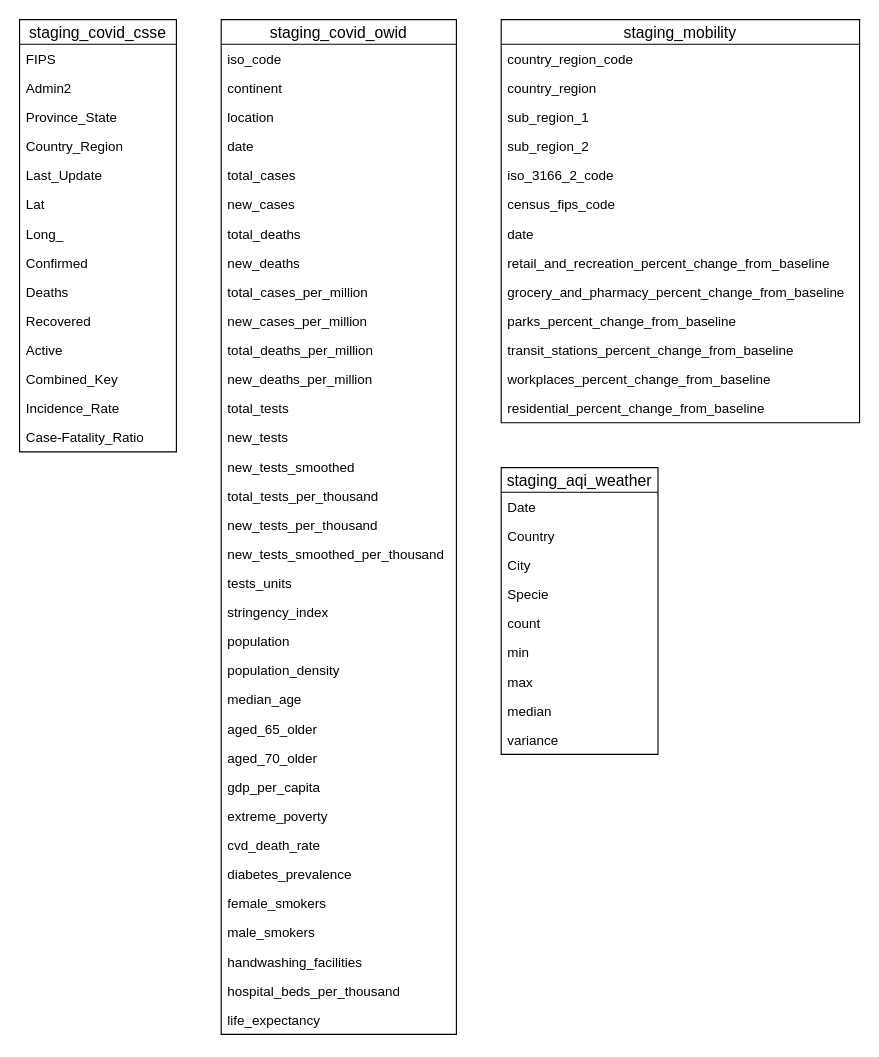
Before: data_sources.drawio in p-friedl/dataeng-capstone, a draw.io diagram. Source tidied: cells renumbered, new cells numbered last; positions are measured from the earlier drawing's top-left corner, leaving out a move shared by most shapes. Both pictures are drawn from the tidied source at 112%, with x=0, y=0 at pixel (19, 19).
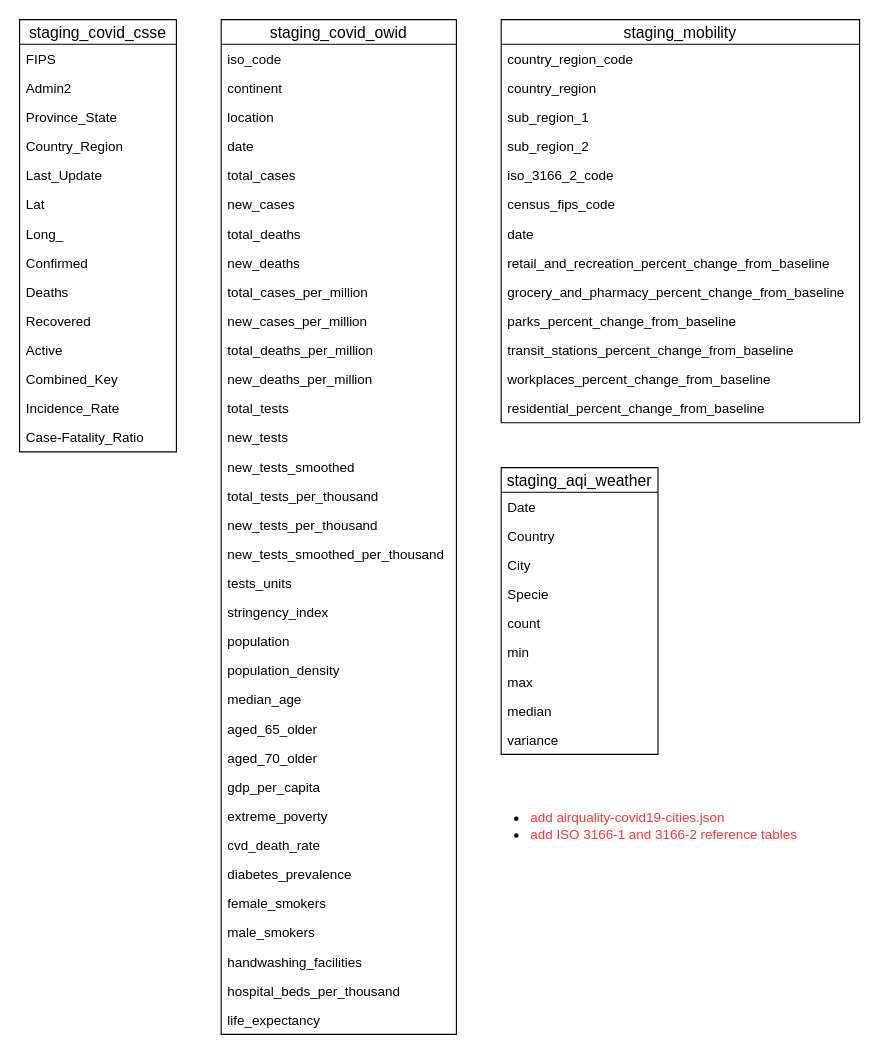
Above is the later version.

Commit message:
add temp notes

What changed in the source:
```diff
@@
+    <mxCell id="76" value="&lt;div style=&quot;text-align: left&quot;&gt;&lt;ul&gt;&lt;li&gt;&lt;span style=&quot;color: rgb(255 , 51 , 51)&quot;&gt;add airquality-covid19-cities.json&lt;/span&gt;&lt;/li&gt;&lt;li&gt;&lt;font color=&quot;#ff3333&quot;&gt;&lt;div style=&quot;text-align: left&quot;&gt;&lt;span&gt;add ISO 3166-1 and 3166-2 reference tables&lt;/span&gt;&lt;/div&gt;&lt;/font&gt;&lt;/li&gt;&lt;/ul&gt;&lt;/div&gt;" style="text;html=1;align=center;verticalAlign=middle;" parent="1" vertex="1">
+      <mxGeometry x="410" y="690" width="290" height="60" as="geometry" />
+    </mxCell>
```
